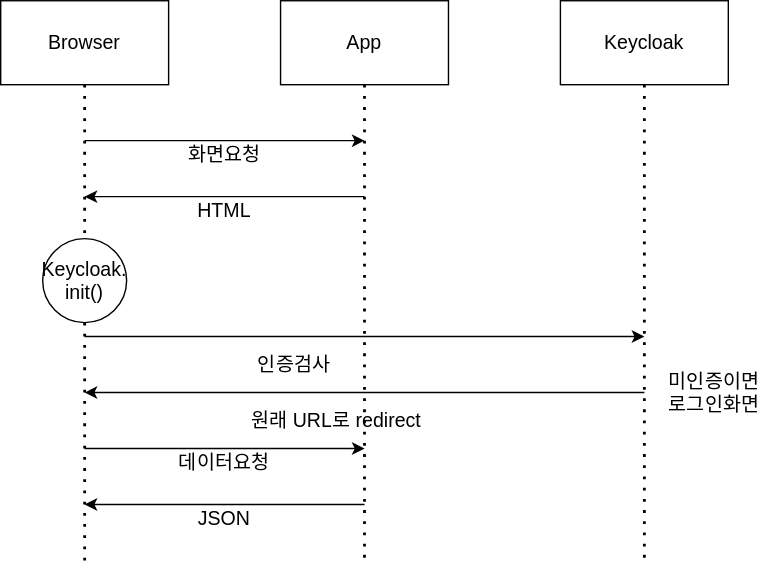
Above: img/keycloak_auth_html.svg in anabaral/aws-etude (draw.io), before the change. Source tidied: cells renumbered, new cells last; positions are measured from the earlier drawing's top-left corner, leaving out a move shared by most shapes.
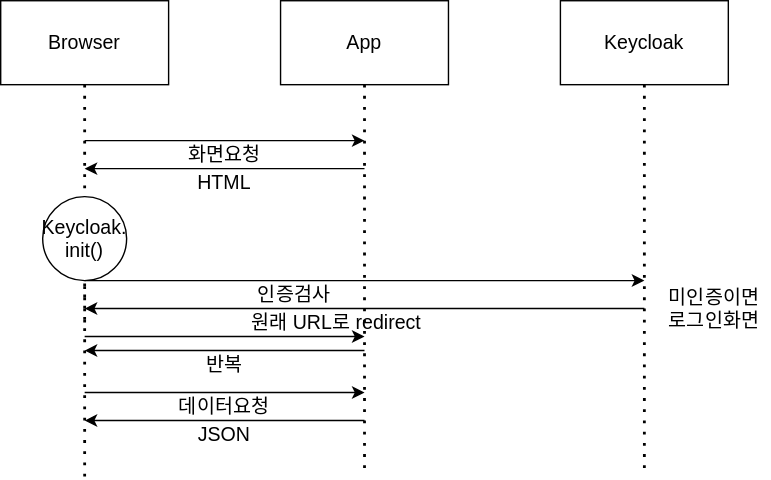
The same file after the commit.

What changed in the source:
```diff
@@ -18,12 +18,12 @@
     </mxCell>
     <mxCell id="6" style="endArrow=none;dashed=1;html=1;dashPattern=1 3;strokeWidth=2;fontSize=14;" parent="1" edge="1" source="3">
       <mxGeometry relative="1" as="geometry">
-        <mxPoint x="260" y="400" as="targetPoint" />
+        <mxPoint x="260" y="340" as="targetPoint" />
       </mxGeometry>
     </mxCell>
     <mxCell id="7" style="endArrow=none;dashed=1;html=1;dashPattern=1 3;strokeWidth=2;fontSize=14;exitX=0.5;exitY=1;exitDx=0;exitDy=0;" parent="1" edge="1" source="4">
       <mxGeometry relative="1" as="geometry">
-        <mxPoint x="460" y="400" as="targetPoint" />
+        <mxPoint x="460" y="340" as="targetPoint" />
       </mxGeometry>
     </mxCell>
     <mxCell id="8" style="endArrow=classic;html=1;fontSize=14;" parent="1" edge="1">
@@ -37,59 +37,74 @@
     </mxCell>
     <mxCell id="10" style="endArrow=classic;html=1;fontSize=14;" parent="1" edge="1">
       <mxGeometry relative="1" as="geometry">
-        <mxPoint x="260" y="140" as="sourcePoint" />
-        <mxPoint x="60" y="140" as="targetPoint" />
+        <mxPoint x="260" y="120" as="sourcePoint" />
+        <mxPoint x="60" y="120" as="targetPoint" />
       </mxGeometry>
     </mxCell>
     <mxCell id="11" value="HTML" style="text;html=1;strokeColor=none;fillColor=none;align=center;verticalAlign=middle;whiteSpace=wrap;rounded=0;fontSize=14;" parent="1" vertex="1">
-      <mxGeometry x="120" y="140" width="80" height="20" as="geometry" />
+      <mxGeometry x="120" y="120" width="80" height="20" as="geometry" />
     </mxCell>
     <mxCell id="12" value="Keycloak.&lt;br&gt;init()" style="ellipse;whiteSpace=wrap;html=1;fontSize=14;" parent="1" vertex="1">
-      <mxGeometry x="30" y="170" width="60" height="60" as="geometry" />
+      <mxGeometry x="30" y="140" width="60" height="60" as="geometry" />
     </mxCell>
     <mxCell id="13" style="endArrow=none;dashed=1;html=1;dashPattern=1 3;strokeWidth=2;fontSize=14;entryX=0.5;entryY=1;entryDx=0;entryDy=0;" parent="1" edge="1" target="12">
       <mxGeometry relative="1" as="geometry">
-        <mxPoint x="60" y="400" as="sourcePoint" />
+        <mxPoint x="60" y="340" as="sourcePoint" />
       </mxGeometry>
     </mxCell>
     <mxCell id="14" style="endArrow=classic;html=1;fontSize=14;" parent="1" edge="1">
       <mxGeometry relative="1" as="geometry">
-        <mxPoint x="60" y="240" as="sourcePoint" />
-        <mxPoint x="460" y="240" as="targetPoint" />
+        <mxPoint x="60" y="200" as="sourcePoint" />
+        <mxPoint x="460" y="200" as="targetPoint" />
       </mxGeometry>
     </mxCell>
     <mxCell id="15" value="인증검사" style="text;html=1;strokeColor=none;fillColor=none;align=center;verticalAlign=middle;whiteSpace=wrap;rounded=0;fontSize=14;" parent="1" vertex="1">
-      <mxGeometry x="170" y="250" width="80" height="20" as="geometry" />
+      <mxGeometry x="170" y="200" width="80" height="20" as="geometry" />
     </mxCell>
     <mxCell id="16" style="endArrow=classic;html=1;fontSize=14;" parent="1" edge="1">
       <mxGeometry relative="1" as="geometry">
-        <mxPoint x="460" y="280" as="sourcePoint" />
-        <mxPoint x="60" y="280" as="targetPoint" />
+        <mxPoint x="460" y="220" as="sourcePoint" />
+        <mxPoint x="60" y="220" as="targetPoint" />
       </mxGeometry>
     </mxCell>
     <mxCell id="17" value="원래 URL로 redirect" style="text;html=1;strokeColor=none;fillColor=none;align=center;verticalAlign=middle;whiteSpace=wrap;rounded=0;fontSize=14;" parent="1" vertex="1">
-      <mxGeometry x="150" y="290" width="180" height="20" as="geometry" />
+      <mxGeometry x="150" y="220" width="180" height="20" as="geometry" />
     </mxCell>
     <mxCell id="18" value="미인증이면&lt;br&gt;로그인화면" style="text;html=1;strokeColor=none;fillColor=none;align=center;verticalAlign=middle;whiteSpace=wrap;rounded=0;fontSize=14;" parent="1" vertex="1">
-      <mxGeometry x="470" y="270" width="80" height="20" as="geometry" />
+      <mxGeometry x="470" y="210" width="80" height="20" as="geometry" />
     </mxCell>
     <mxCell id="19" style="endArrow=classic;html=1;fontSize=14;" parent="1" edge="1">
       <mxGeometry relative="1" as="geometry">
-        <mxPoint x="60" y="320" as="sourcePoint" />
-        <mxPoint x="260" y="320" as="targetPoint" />
+        <mxPoint x="60" y="280" as="sourcePoint" />
+        <mxPoint x="260" y="280" as="targetPoint" />
       </mxGeometry>
     </mxCell>
     <mxCell id="20" value="데이터요청" style="text;html=1;strokeColor=none;fillColor=none;align=center;verticalAlign=middle;whiteSpace=wrap;rounded=0;fontSize=14;" parent="1" vertex="1">
-      <mxGeometry x="120" y="320" width="80" height="20" as="geometry" />
+      <mxGeometry x="120" y="280" width="80" height="20" as="geometry" />
     </mxCell>
     <mxCell id="21" style="endArrow=classic;html=1;fontSize=14;" parent="1" edge="1">
       <mxGeometry relative="1" as="geometry">
-        <mxPoint x="260" y="360" as="sourcePoint" />
-        <mxPoint x="60" y="360" as="targetPoint" />
+        <mxPoint x="260" y="300" as="sourcePoint" />
+        <mxPoint x="60" y="300" as="targetPoint" />
       </mxGeometry>
     </mxCell>
     <mxCell id="22" value="JSON" style="text;html=1;strokeColor=none;fillColor=none;align=center;verticalAlign=middle;whiteSpace=wrap;rounded=0;fontSize=14;" parent="1" vertex="1">
-      <mxGeometry x="120" y="360" width="80" height="20" as="geometry" />
+      <mxGeometry x="120" y="300" width="80" height="20" as="geometry" />
     </mxCell>
+    <mxCell id="23" style="endArrow=classic;html=1;fontSize=14;" parent="1" edge="1">
+      <mxGeometry relative="1" as="geometry">
+        <mxPoint x="60" y="240" as="sourcePoint" />
+        <mxPoint x="260" y="240" as="targetPoint" />
+      </mxGeometry>
+    </mxCell>
+    <mxCell id="24" style="endArrow=classic;html=1;fontSize=14;" parent="1" edge="1">
+      <mxGeometry relative="1" as="geometry">
+        <mxPoint x="260" y="250" as="sourcePoint" />
+        <mxPoint x="60" y="250" as="targetPoint" />
+      </mxGeometry>
+    </mxCell>
+    <mxCell id="25" value="반복" style="text;html=1;strokeColor=none;fillColor=none;align=center;verticalAlign=middle;whiteSpace=wrap;rounded=0;fontSize=14;" parent="1" vertex="1">
+      <mxGeometry x="120" y="250" width="80" height="20" as="geometry" />
+    </mxCell>
   </root>
 </mxGraphModel>
```
